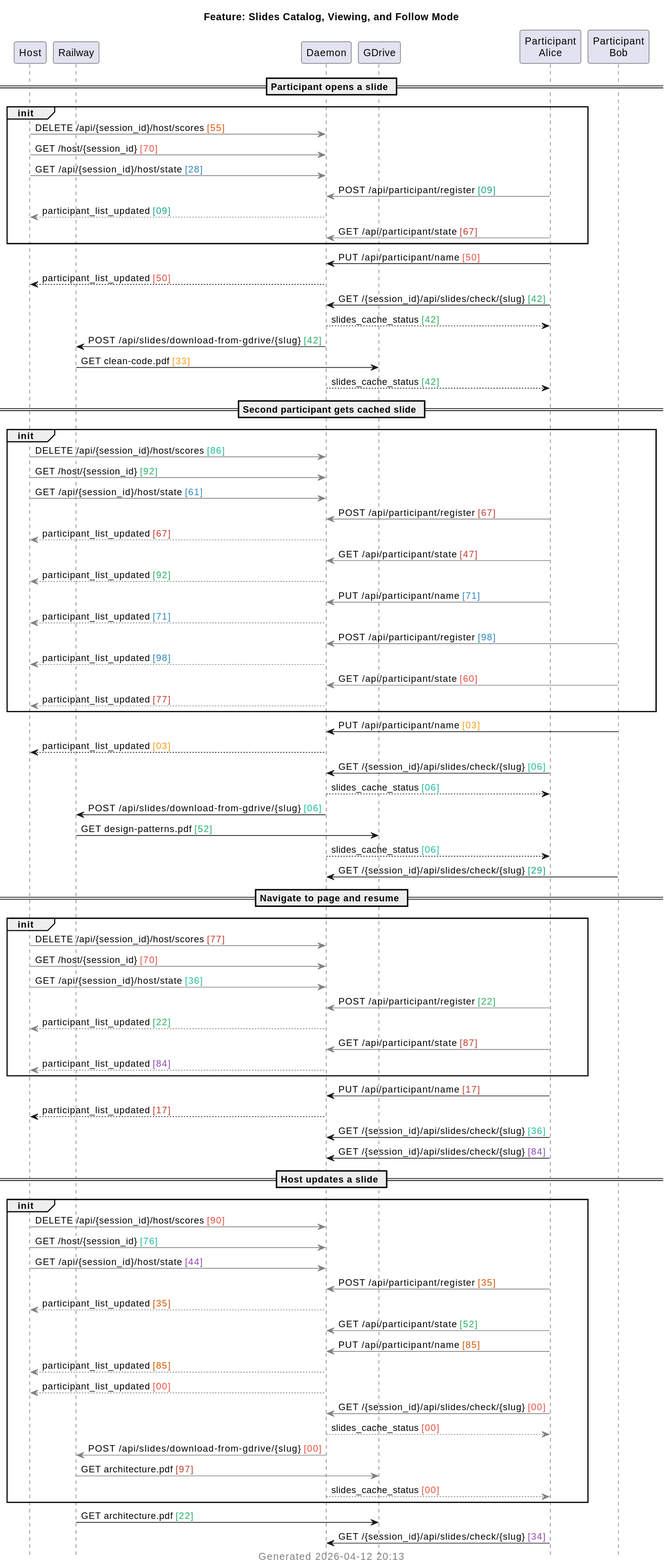
This is docs/sequences/extracted/svg/06-slides.svg from victorrentea/training-assistant, a PlantUML export, as it was before one commit.
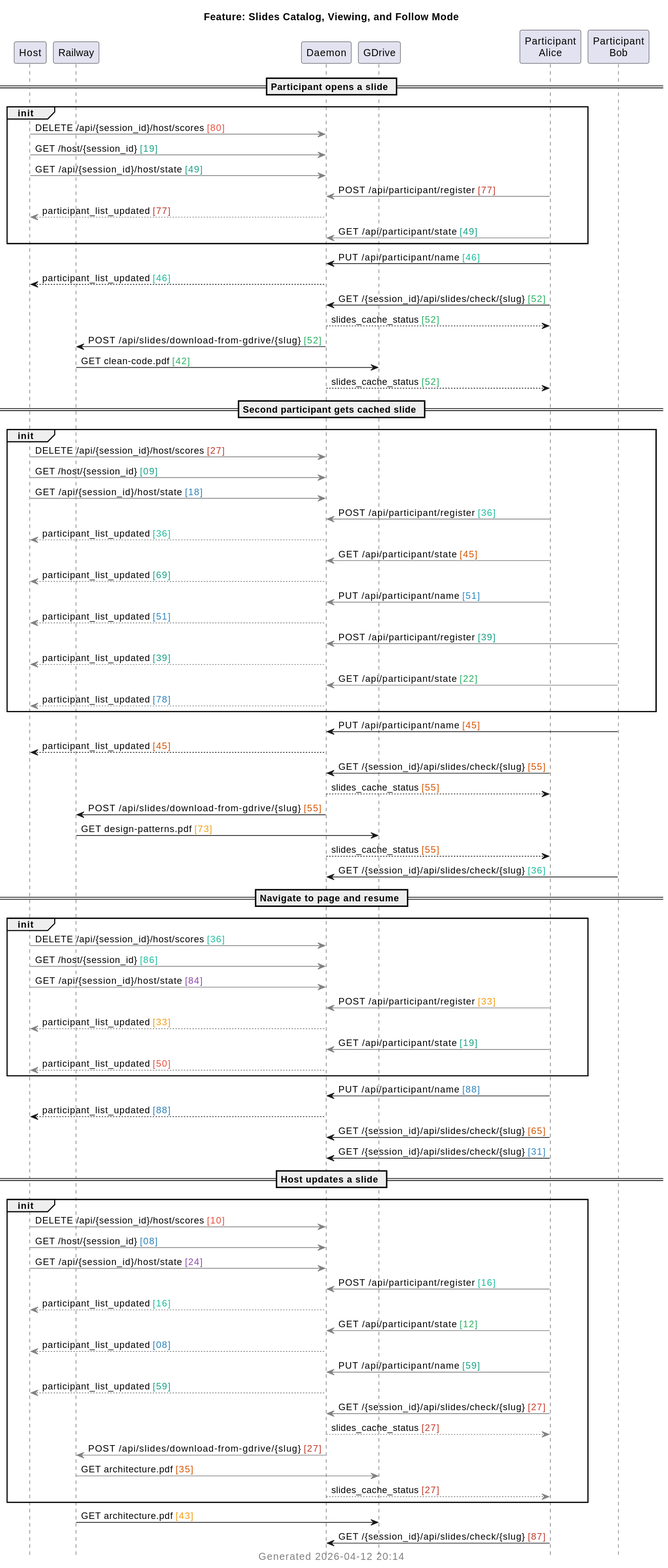
After the commit.

Commit message:
fix: dedup slides catalog fetch on page init, show /download in PUML

Remove redundant _refreshSlidesCatalog from warmSlidesCatalog — the
ws.onopen handler already fetches the catalog on connect and reconnect.

Add Rule 8 to traces_to_puml.py: Railway root spans with no cross-service
children are inferred as Participant→Railway edges, making pdf.js
download calls visible in sequence diagrams.

Diff of the diagram source:
```diff
@@ -1,7 +1,7 @@
 @startuml
 hide footbox
 title Feature: Slides Catalog, Viewing, and Follow Mode
-caption <color:gray>Generated 2026-04-12 20:13</color>
+caption <color:gray>Generated 2026-04-12 20:14</color>
 
 participant "Host"
 participant "Railway"
@@ -12,78 +12,78 @@
 
 == Participant opens a slide ==
 group init
-  "Host" [#gray]-> "Daemon": DELETE /api/{session_id}/host/scores <color:#D35400>[55]</color>
-  "Host" [#gray]-> "Daemon": GET /host/{session_id} <color:#E74C3C>[70]</color>
-  "Host" [#gray]-> "Daemon": GET /api/{session_id}/host/state <color:#2980B9>[28]</color>
-  "Participant\nAlice" [#gray]-> "Daemon": POST /api/participant/register <color:#16A085>[09]</color>
-  "Daemon" [#gray]--> "Host": participant_list_updated <color:#16A085>[09]</color>
-  "Participant\nAlice" [#gray]-> "Daemon": GET /api/participant/state <color:#C0392B>[67]</color>
+  "Host" [#gray]-> "Daemon": DELETE /api/{session_id}/host/scores <color:#E74C3C>[80]</color>
+  "Host" [#gray]-> "Daemon": GET /host/{session_id} <color:#16A085>[19]</color>
+  "Host" [#gray]-> "Daemon": GET /api/{session_id}/host/state <color:#16A085>[49]</color>
+  "Participant\nAlice" [#gray]-> "Daemon": POST /api/participant/register <color:#C0392B>[77]</color>
+  "Daemon" [#gray]--> "Host": participant_list_updated <color:#C0392B>[77]</color>
+  "Participant\nAlice" [#gray]-> "Daemon": GET /api/participant/state <color:#16A085>[49]</color>
 end
-"Participant\nAlice" -> "Daemon": PUT /api/participant/name <color:#E74C3C>[50]</color>
-"Daemon" --> "Host": participant_list_updated <color:#E74C3C>[50]</color>
-"Participant\nAlice" -> "Daemon": GET /{session_id}/api/slides/check/{slug} <color:#27AE60>[42]</color>
-"Daemon" --> "Participant\nAlice": slides_cache_status <color:#27AE60>[42]</color>
-"Daemon" -> "Railway": POST /api/slides/download-from-gdrive/{slug} <color:#27AE60>[42]</color>
-"Railway" -> "GDrive": GET clean-code.pdf <color:#F39C12>[33]</color>
-"Daemon" --> "Participant\nAlice": slides_cache_status <color:#27AE60>[42]</color>
+"Participant\nAlice" -> "Daemon": PUT /api/participant/name <color:#1ABC9C>[46]</color>
+"Daemon" --> "Host": participant_list_updated <color:#1ABC9C>[46]</color>
+"Participant\nAlice" -> "Daemon": GET /{session_id}/api/slides/check/{slug} <color:#27AE60>[52]</color>
+"Daemon" --> "Participant\nAlice": slides_cache_status <color:#27AE60>[52]</color>
+"Daemon" -> "Railway": POST /api/slides/download-from-gdrive/{slug} <color:#27AE60>[52]</color>
+"Railway" -> "GDrive": GET clean-code.pdf <color:#27AE60>[42]</color>
+"Daemon" --> "Participant\nAlice": slides_cache_status <color:#27AE60>[52]</color>
 
 == Second participant gets cached slide ==
 group init
-  "Host" [#gray]-> "Daemon": DELETE /api/{session_id}/host/scores <color:#1ABC9C>[86]</color>
-  "Host" [#gray]-> "Daemon": GET /host/{session_id} <color:#27AE60>[92]</color>
-  "Host" [#gray]-> "Daemon": GET /api/{session_id}/host/state <color:#2E86C1>[61]</color>
-  "Participant\nAlice" [#gray]-> "Daemon": POST /api/participant/register <color:#C0392B>[67]</color>
-  "Daemon" [#gray]--> "Host": participant_list_updated <color:#C0392B>[67]</color>
-  "Participant\nAlice" [#gray]-> "Daemon": GET /api/participant/state <color:#C0392B>[47]</color>
-  "Daemon" [#gray]--> "Host": participant_list_updated <color:#27AE60>[92]</color>
-  "Participant\nAlice" [#gray]-> "Daemon": PUT /api/participant/name <color:#2E86C1>[71]</color>
-  "Daemon" [#gray]--> "Host": participant_list_updated <color:#2E86C1>[71]</color>
-  "Participant\nBob" [#gray]-> "Daemon": POST /api/participant/register <color:#2980B9>[98]</color>
-  "Daemon" [#gray]--> "Host": participant_list_updated <color:#2980B9>[98]</color>
-  "Participant\nBob" [#gray]-> "Daemon": GET /api/participant/state <color:#E74C3C>[60]</color>
-  "Daemon" [#gray]--> "Host": participant_list_updated <color:#C0392B>[77]</color>
+  "Host" [#gray]-> "Daemon": DELETE /api/{session_id}/host/scores <color:#C0392B>[27]</color>
+  "Host" [#gray]-> "Daemon": GET /host/{session_id} <color:#16A085>[09]</color>
+  "Host" [#gray]-> "Daemon": GET /api/{session_id}/host/state <color:#2980B9>[18]</color>
+  "Participant\nAlice" [#gray]-> "Daemon": POST /api/participant/register <color:#1ABC9C>[36]</color>
+  "Daemon" [#gray]--> "Host": participant_list_updated <color:#1ABC9C>[36]</color>
+  "Participant\nAlice" [#gray]-> "Daemon": GET /api/participant/state <color:#D35400>[45]</color>
+  "Daemon" [#gray]--> "Host": participant_list_updated <color:#16A085>[69]</color>
+  "Participant\nAlice" [#gray]-> "Daemon": PUT /api/participant/name <color:#2E86C1>[51]</color>
+  "Daemon" [#gray]--> "Host": participant_list_updated <color:#2E86C1>[51]</color>
+  "Participant\nBob" [#gray]-> "Daemon": POST /api/participant/register <color:#16A085>[39]</color>
+  "Daemon" [#gray]--> "Host": participant_list_updated <color:#16A085>[39]</color>
+  "Participant\nBob" [#gray]-> "Daemon": GET /api/participant/state <color:#27AE60>[22]</color>
+  "Daemon" [#gray]--> "Host": participant_list_updated <color:#2980B9>[78]</color>
 end
-"Participant\nBob" -> "Daemon": PUT /api/participant/name <color:#F39C12>[03]</color>
-"Daemon" --> "Host": participant_list_updated <color:#F39C12>[03]</color>
-"Participant\nAlice" -> "Daemon": GET /{session_id}/api/slides/check/{slug} <color:#1ABC9C>[06]</color>
-"Daemon" --> "Participant\nAlice": slides_cache_status <color:#1ABC9C>[06]</color>
-"Daemon" -> "Railway": POST /api/slides/download-from-gdrive/{slug} <color:#1ABC9C>[06]</color>
-"Railway" -> "GDrive": GET design-patterns.pdf <color:#27AE60>[52]</color>
-"Daemon" --> "Participant\nAlice": slides_cache_status <color:#1ABC9C>[06]</color>
-"Participant\nBob" -> "Daemon": GET /{session_id}/api/slides/check/{slug} <color:#16A085>[29]</color>
+"Participant\nBob" -> "Daemon": PUT /api/participant/name <color:#D35400>[45]</color>
+"Daemon" --> "Host": participant_list_updated <color:#D35400>[45]</color>
+"Participant\nAlice" -> "Daemon": GET /{session_id}/api/slides/check/{slug} <color:#D35400>[55]</color>
+"Daemon" --> "Participant\nAlice": slides_cache_status <color:#D35400>[55]</color>
+"Daemon" -> "Railway": POST /api/slides/download-from-gdrive/{slug} <color:#D35400>[55]</color>
+"Railway" -> "GDrive": GET design-patterns.pdf <color:#F39C12>[73]</color>
+"Daemon" --> "Participant\nAlice": slides_cache_status <color:#D35400>[55]</color>
+"Participant\nBob" -> "Daemon": GET /{session_id}/api/slides/check/{slug} <color:#1ABC9C>[36]</color>
 
 == Navigate to page and resume ==
 group init
-  "Host" [#gray]-> "Daemon": DELETE /api/{session_id}/host/scores <color:#C0392B>[77]</color>
-  "Host" [#gray]-> "Daemon": GET /host/{session_id} <color:#E74C3C>[70]</color>
-  "Host" [#gray]-> "Daemon": GET /api/{session_id}/host/state <color:#1ABC9C>[36]</color>
-  "Participant\nAlice" [#gray]-> "Daemon": POST /api/participant/register <color:#27AE60>[22]</color>
-  "Daemon" [#gray]--> "Host": participant_list_updated <color:#27AE60>[22]</color>
-  "Participant\nAlice" [#gray]-> "Daemon": GET /api/participant/state <color:#C0392B>[87]</color>
-  "Daemon" [#gray]--> "Host": participant_list_updated <color:#8E44AD>[84]</color>
+  "Host" [#gray]-> "Daemon": DELETE /api/{session_id}/host/scores <color:#1ABC9C>[36]</color>
+  "Host" [#gray]-> "Daemon": GET /host/{session_id} <color:#1ABC9C>[86]</color>
+  "Host" [#gray]-> "Daemon": GET /api/{session_id}/host/state <color:#8E44AD>[84]</color>
+  "Participant\nAlice" [#gray]-> "Daemon": POST /api/participant/register <color:#F39C12>[33]</color>
+  "Daemon" [#gray]--> "Host": participant_list_updated <color:#F39C12>[33]</color>
+  "Participant\nAlice" [#gray]-> "Daemon": GET /api/participant/state <color:#16A085>[19]</color>
+  "Daemon" [#gray]--> "Host": participant_list_updated <color:#E74C3C>[50]</color>
 end
-"Participant\nAlice" -> "Daemon": PUT /api/participant/name <color:#C0392B>[17]</color>
-"Daemon" --> "Host": participant_list_updated <color:#C0392B>[17]</color>
-"Participant\nAlice" -> "Daemon": GET /{session_id}/api/slides/check/{slug} <color:#1ABC9C>[36]</color>
-"Participant\nAlice" -> "Daemon": GET /{session_id}/api/slides/check/{slug} <color:#8E44AD>[84]</color>
+"Participant\nAlice" -> "Daemon": PUT /api/participant/name <color:#2980B9>[88]</color>
+"Daemon" --> "Host": participant_list_updated <color:#2980B9>[88]</color>
+"Participant\nAlice" -> "Daemon": GET /{session_id}/api/slides/check/{slug} <color:#D35400>[65]</color>
+"Participant\nAlice" -> "Daemon": GET /{session_id}/api/slides/check/{slug} <color:#2E86C1>[31]</color>
 
 == Host updates a slide ==
 group init
-  "Host" [#gray]-> "Daemon": DELETE /api/{session_id}/host/scores <color:#E74C3C>[90]</color>
-  "Host" [#gray]-> "Daemon": GET /host/{session_id} <color:#1ABC9C>[76]</color>
-  "Host" [#gray]-> "Daemon": GET /api/{session_id}/host/state <color:#8E44AD>[44]</color>
-  "Participant\nAlice" [#gray]-> "Daemon": POST /api/participant/register <color:#D35400>[35]</color>
-  "Daemon" [#gray]--> "Host": participant_list_updated <color:#D35400>[35]</color>
-  "Participant\nAlice" [#gray]-> "Daemon": GET /api/participant/state <color:#27AE60>[52]</color>
-  "Participant\nAlice" [#gray]-> "Daemon": PUT /api/participant/name <color:#D35400>[85]</color>
-  "Daemon" [#gray]--> "Host": participant_list_updated <color:#D35400>[85]</color>
-  "Daemon" [#gray]--> "Host": participant_list_updated <color:#E74C3C>[00]</color>
-  "Participant\nAlice" [#gray]-> "Daemon": GET /{session_id}/api/slides/check/{slug} <color:#E74C3C>[00]</color>
-  "Daemon" [#gray]--> "Participant\nAlice": slides_cache_status <color:#E74C3C>[00]</color>
-  "Daemon" [#gray]-> "Railway": POST /api/slides/download-from-gdrive/{slug} <color:#E74C3C>[00]</color>
-  "Railway" [#gray]-> "GDrive": GET architecture.pdf <color:#C0392B>[97]</color>
-  "Daemon" [#gray]--> "Participant\nAlice": slides_cache_status <color:#E74C3C>[00]</color>
+  "Host" [#gray]-> "Daemon": DELETE /api/{session_id}/host/scores <color:#E74C3C>[10]</color>
+  "Host" [#gray]-> "Daemon": GET /host/{session_id} <color:#2980B9>[08]</color>
+  "Host" [#gray]-> "Daemon": GET /api/{session_id}/host/state <color:#8E44AD>[24]</color>
+  "Participant\nAlice" [#gray]-> "Daemon": POST /api/participant/register <color:#1ABC9C>[16]</color>
+  "Daemon" [#gray]--> "Host": participant_list_updated <color:#1ABC9C>[16]</color>
+  "Participant\nAlice" [#gray]-> "Daemon": GET /api/participant/state <color:#27AE60>[12]</color>
+  "Daemon" [#gray]--> "Host": participant_list_updated <color:#2980B9>[08]</color>
+  "Participant\nAlice" [#gray]-> "Daemon": PUT /api/participant/name <color:#16A085>[59]</color>
+  "Daemon" [#gray]--> "Host": participant_list_updated <color:#16A085>[59]</color>
+  "Participant\nAlice" [#gray]-> "Daemon": GET /{session_id}/api/slides/check/{slug} <color:#C0392B>[27]</color>
+  "Daemon" [#gray]--> "Participant\nAlice": slides_cache_status <color:#C0392B>[27]</color>
+  "Daemon" [#gray]-> "Railway": POST /api/slides/download-from-gdrive/{slug} <color:#C0392B>[27]</color>
+  "Railway" [#gray]-> "GDrive": GET architecture.pdf <color:#D35400>[35]</color>
+  "Daemon" [#gray]--> "Participant\nAlice": slides_cache_status <color:#C0392B>[27]</color>
 end
-"Railway" -> "GDrive": GET architecture.pdf <color:#27AE60>[22]</color>
-"Participant\nAlice" -> "Daemon": GET /{session_id}/api/slides/check/{slug} <color:#8E44AD>[34]</color>
+"Railway" -> "GDrive": GET architecture.pdf <color:#F39C12>[43]</color>
+"Participant\nAlice" -> "Daemon": GET /{session_id}/api/slides/check/{slug} <color:#C0392B>[87]</color>
 @enduml
```
